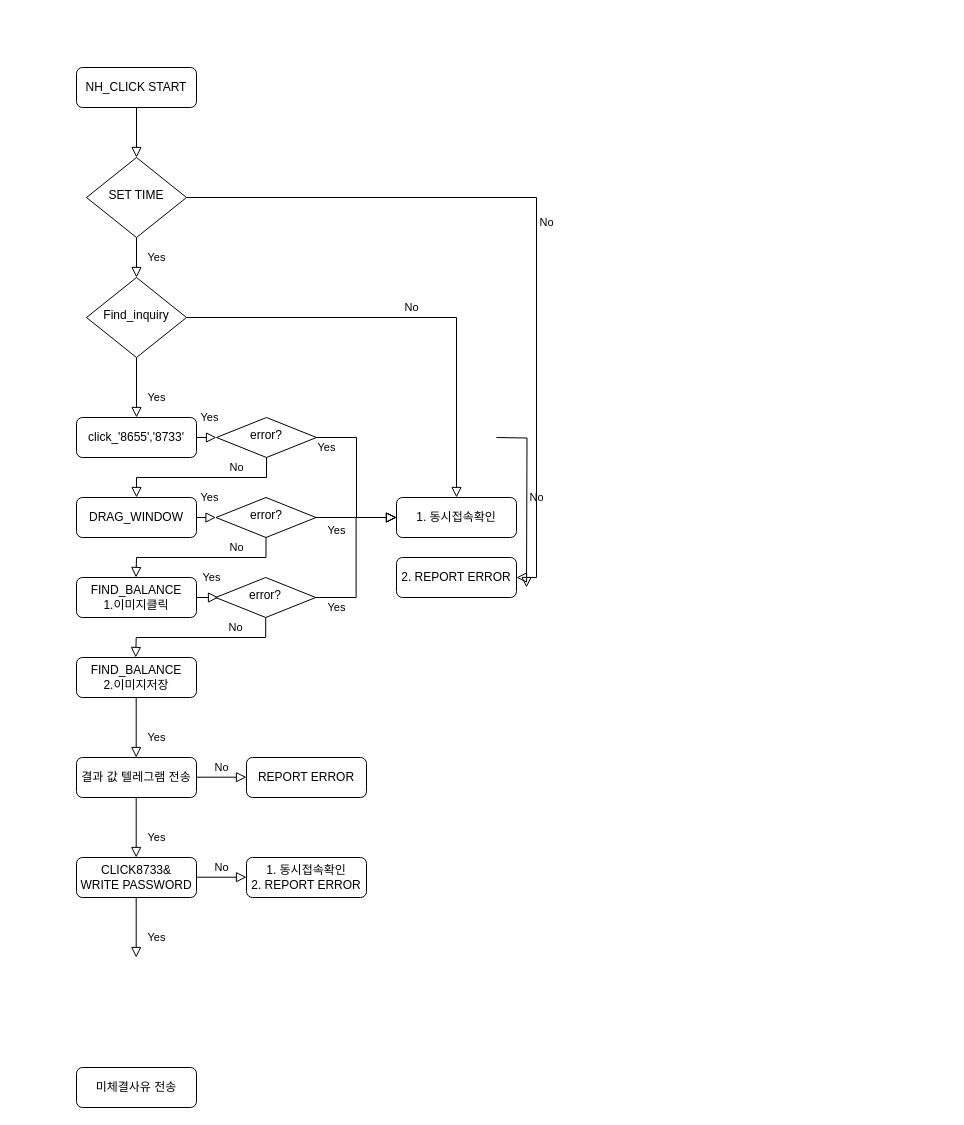
Above: 제목 없는 다이어그램.drawio in soun97/s_texst (draw.io), before the change. Source tidied: cells renumbered, new cells numbered last; positions are measured from the earlier drawing's top-left corner, leaving out a move shared by most shapes. Both pictures are drawn from the tidied source at 100%, with x=0, y=0 at pixel (76, 67).
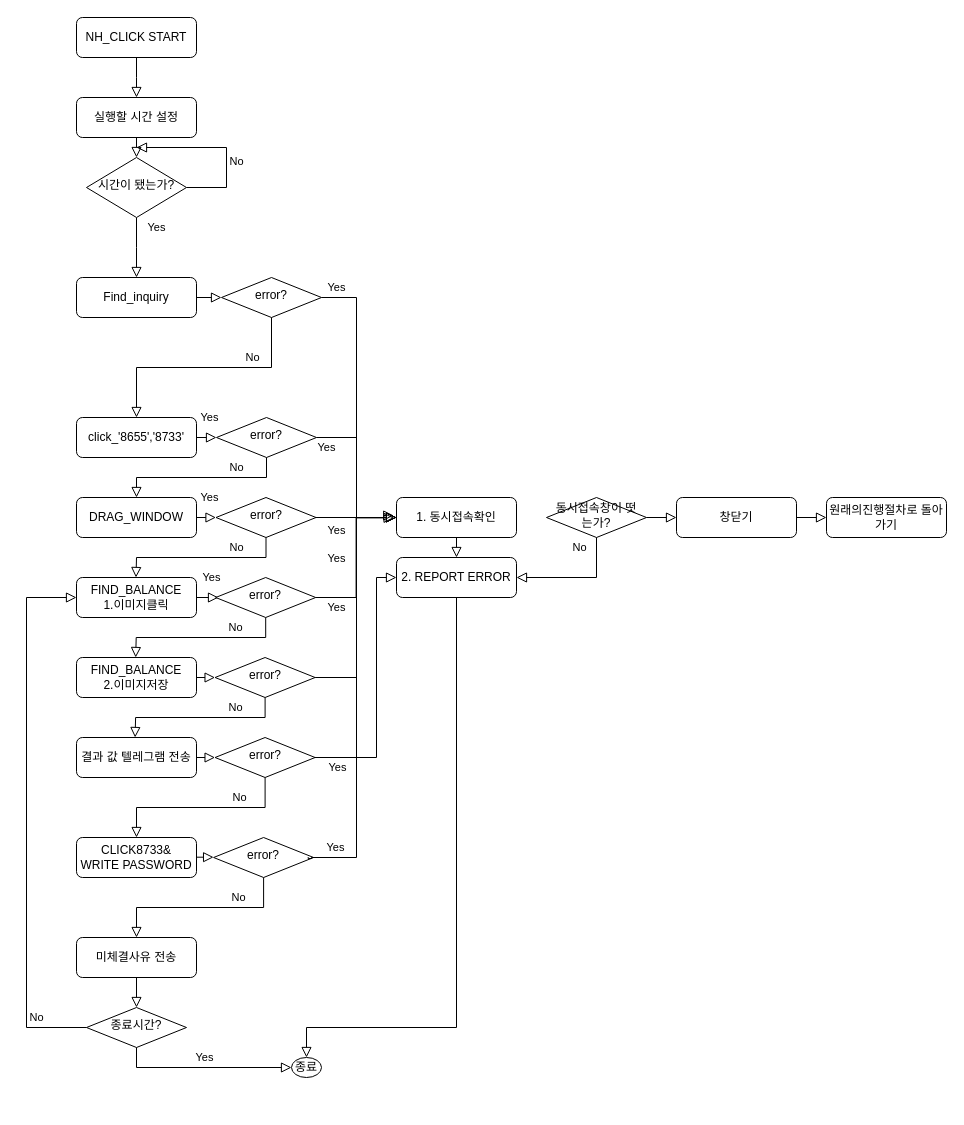
The same page after the edit.

Commit message (it also covers changes not shown here):
제목 없는 다이어그램.drawio 업데이트

The change refers to these unchanged cells:
```xml
<mxCell id="10" value="click_'8655','8733'" style="rounded=1;whiteSpace=wrap;html=1;fontSize=12;glass=0;strokeWidth=1;shadow=0;" parent="1" vertex="1">
  <mxGeometry y="350" width="120" height="40" as="geometry" />
</mxCell>
<mxCell id="13" value="1. 동시접속확인" style="rounded=1;whiteSpace=wrap;html=1;fontSize=12;glass=0;strokeWidth=1;shadow=0;" parent="1" vertex="1">
  <mxGeometry x="320" y="430" width="120" height="40" as="geometry" />
</mxCell>
<mxCell id="14" value="FIND_BALANCE&lt;div&gt;1.이미지클릭&lt;/div&gt;" style="rounded=1;whiteSpace=wrap;html=1;fontSize=12;glass=0;strokeWidth=1;shadow=0;" parent="1" vertex="1">
  <mxGeometry y="510" width="120" height="40" as="geometry" />
</mxCell>
<mxCell id="38" value="&lt;div&gt;2. REPORT ERROR&lt;/div&gt;" style="rounded=1;whiteSpace=wrap;html=1;fontSize=12;glass=0;strokeWidth=1;shadow=0;" parent="1" vertex="1">
  <mxGeometry x="320" y="490" width="120" height="40" as="geometry" />
</mxCell>
```

The edit, as a diff of the source:
```diff
@@
-    <mxCell id="2" style="rounded=0;html=1;jettySize=auto;fontSize=11;endArrow=block;endFill=0;endSize=8;strokeWidth=1;shadow=0;labelBackgroundColor=none;edgeStyle=orthogonalEdgeStyle;" parent="1" edge="1" source="3" target="6">
-      <mxGeometry relative="1" as="geometry" />
+    <mxCell id="2" style="rounded=0;html=1;jettySize=auto;fontSize=11;endArrow=block;endFill=0;endSize=8;strokeWidth=1;shadow=0;labelBackgroundColor=none;edgeStyle=orthogonalEdgeStyle;" parent="1" edge="1" source="3">
+      <mxGeometry relative="1" as="geometry">
+        <mxPoint x="60" y="30" as="targetPoint" />
+      </mxGeometry>
     </mxCell>
     <mxCell id="3" value="NH_CLICK START" style="rounded=1;whiteSpace=wrap;html=1;fontSize=12;glass=0;strokeWidth=1;shadow=0;" parent="1" vertex="1">
-      <mxGeometry width="120" height="40" as="geometry" />
+      <mxGeometry y="-50" width="120" height="40" as="geometry" />
     </mxCell>
-    <mxCell id="4" value="Yes" style="rounded=0;html=1;jettySize=auto;fontSize=11;endArrow=block;endFill=0;endSize=8;strokeWidth=1;shadow=0;labelBackgroundColor=none;edgeStyle=orthogonalEdgeStyle;" parent="1" edge="1" source="6" target="9">
-      <mxGeometry y="20" relative="1" as="geometry" />
+    <mxCell id="4" value="Yes" style="rounded=0;html=1;jettySize=auto;fontSize=11;endArrow=block;endFill=0;endSize=8;strokeWidth=1;shadow=0;labelBackgroundColor=none;edgeStyle=orthogonalEdgeStyle;" parent="1" edge="1" source="6">
+      <mxGeometry x="-0.67" y="20" relative="1" as="geometry">
+        <mxPoint x="60" y="210" as="targetPoint" />
+      </mxGeometry>
     </mxCell>
-    <mxCell id="5" value="No" style="edgeStyle=orthogonalEdgeStyle;rounded=0;html=1;jettySize=auto;fontSize=11;endArrow=block;endFill=0;endSize=8;strokeWidth=1;shadow=0;labelBackgroundColor=none;entryX=1;entryY=0.5;entryDx=0;entryDy=0;" parent="1" edge="1" source="6" target="38">
-      <mxGeometry y="10" relative="1" as="geometry" />
+    <mxCell id="5" value="No" style="edgeStyle=orthogonalEdgeStyle;rounded=0;html=1;jettySize=auto;fontSize=11;endArrow=block;endFill=0;endSize=8;strokeWidth=1;shadow=0;labelBackgroundColor=none;exitX=1;exitY=0.5;exitDx=0;exitDy=0;" parent="1" edge="1" source="6">
+      <mxGeometry x="-0.22" y="-10" relative="1" as="geometry">
+        <mxPoint x="60" y="80" as="targetPoint" />
+        <Array as="points">
+          <mxPoint x="150" y="120" />
+          <mxPoint x="150" y="80" />
+        </Array>
+      </mxGeometry>
     </mxCell>
-    <mxCell id="6" value="SET TIME" style="rhombus;whiteSpace=wrap;html=1;shadow=0;fontFamily=Helvetica;fontSize=12;align=center;strokeWidth=1;spacing=6;spacingTop=-4;" parent="1" vertex="1">
-      <mxGeometry x="10" y="90" width="100" height="80" as="geometry" />
+    <mxCell id="6" value="시간이 됐는가?" style="rhombus;whiteSpace=wrap;html=1;shadow=0;fontFamily=Helvetica;fontSize=12;align=center;strokeWidth=1;spacing=6;spacingTop=-4;" parent="1" vertex="1">
+      <mxGeometry x="10" y="90" width="100" height="60" as="geometry" />
     </mxCell>
-    <mxCell id="7" value="Yes" style="rounded=0;html=1;jettySize=auto;fontSize=11;endArrow=block;endFill=0;endSize=8;strokeWidth=1;shadow=0;labelBackgroundColor=none;edgeStyle=orthogonalEdgeStyle;" parent="1" edge="1" source="9" target="10">
-      <mxGeometry x="0.33" y="20" relative="1" as="geometry" />
-    </mxCell>
-    <mxCell id="8" value="No" style="edgeStyle=orthogonalEdgeStyle;rounded=0;html=1;jettySize=auto;fontSize=11;endArrow=block;endFill=0;endSize=8;strokeWidth=1;shadow=0;labelBackgroundColor=none;" parent="1" edge="1" source="9" target="13">
-      <mxGeometry y="10" relative="1" as="geometry" />
-    </mxCell>
-    <mxCell id="9" value="Find_inquiry" style="rhombus;whiteSpace=wrap;html=1;shadow=0;fontFamily=Helvetica;fontSize=12;align=center;strokeWidth=1;spacing=6;spacingTop=-4;" parent="1" vertex="1">
-      <mxGeometry x="10" y="210" width="100" height="80" as="geometry" />
-    </mxCell>
@@
-    <mxCell id="18" value="Yes" style="rounded=0;html=1;jettySize=auto;orthogonalLoop=1;fontSize=11;endArrow=block;endFill=0;endSize=8;strokeWidth=1;shadow=0;labelBackgroundColor=none;edgeStyle=orthogonalEdgeStyle;" parent="1" edge="1">
+    <mxCell id="18" style="rounded=0;html=1;jettySize=auto;fontSize=11;endArrow=block;endFill=0;endSize=8;strokeWidth=1;shadow=0;labelBackgroundColor=none;edgeStyle=orthogonalEdgeStyle;entryX=0;entryY=0.5;entryDx=0;entryDy=0;" parent="1" edge="1" target="43">
       <mxGeometry x="0.33" y="20" relative="1" as="geometry">
-        <mxPoint x="59.7" y="630" as="sourcePoint" />
-        <mxPoint x="59.7" y="690" as="targetPoint" />
+        <mxPoint x="120" y="610" as="sourcePoint" />
       </mxGeometry>
     </mxCell>
     <mxCell id="19" value="결과 값 텔레그램 전송" style="rounded=1;whiteSpace=wrap;html=1;fontSize=12;glass=0;strokeWidth=1;shadow=0;" parent="1" vertex="1">
-      <mxGeometry y="690" width="120" height="40" as="geometry" />
+      <mxGeometry y="670" width="120" height="40" as="geometry" />
     </mxCell>
-    <mxCell id="20" value="REPORT ERROR" style="rounded=1;whiteSpace=wrap;html=1;fontSize=12;glass=0;strokeWidth=1;shadow=0;" parent="1" vertex="1">
-      <mxGeometry x="170" y="690" width="120" height="40" as="geometry" />
-    </mxCell>
-    <mxCell id="21" value="No" style="edgeStyle=orthogonalEdgeStyle;rounded=0;html=1;jettySize=auto;orthogonalLoop=1;fontSize=11;endArrow=block;endFill=0;endSize=8;strokeWidth=1;shadow=0;labelBackgroundColor=none;" parent="1" edge="1">
-      <mxGeometry y="10" relative="1" as="geometry">
-        <mxPoint x="120" y="709.7" as="sourcePoint" />
-        <mxPoint x="170" y="709.7" as="targetPoint" />
+    <mxCell id="21" value="Yes" style="edgeStyle=orthogonalEdgeStyle;rounded=0;html=1;jettySize=auto;fontSize=11;endArrow=block;endFill=0;endSize=8;strokeWidth=1;shadow=0;labelBackgroundColor=none;entryX=0;entryY=0.5;entryDx=0;entryDy=0;exitX=0.946;exitY=0.49;exitDx=0;exitDy=0;exitPerimeter=0;" parent="1" edge="1" source="52" target="38">
+      <mxGeometry x="-0.78" y="-10" relative="1" as="geometry">
+        <Array as="points">
+          <mxPoint x="233" y="691" />
+          <mxPoint x="236" y="691" />
+          <mxPoint x="236" y="690" />
+          <mxPoint x="300" y="690" />
+          <mxPoint x="300" y="510" />
+        </Array>
       </mxGeometry>
     </mxCell>
-    <mxCell id="22" value="Yes" style="rounded=0;html=1;jettySize=auto;orthogonalLoop=1;fontSize=11;endArrow=block;endFill=0;endSize=8;strokeWidth=1;shadow=0;labelBackgroundColor=none;edgeStyle=orthogonalEdgeStyle;" parent="1" edge="1">
+    <mxCell id="22" style="rounded=0;html=1;jettySize=auto;fontSize=11;endArrow=block;endFill=0;endSize=8;strokeWidth=1;shadow=0;labelBackgroundColor=none;edgeStyle=orthogonalEdgeStyle;entryX=0;entryY=0.5;entryDx=0;entryDy=0;" parent="1" edge="1" target="52">
       <mxGeometry x="0.33" y="20" relative="1" as="geometry">
-        <mxPoint x="59.7" y="730" as="sourcePoint" />
-        <mxPoint x="59.7" y="790" as="targetPoint" />
+        <mxPoint x="120" y="690" as="sourcePoint" />
       </mxGeometry>
     </mxCell>
     <mxCell id="23" value="CLICK8733&amp;amp;&lt;div&gt;WRITE PASSWORD&lt;/div&gt;" style="rounded=1;whiteSpace=wrap;html=1;fontSize=12;glass=0;strokeWidth=1;shadow=0;" parent="1" vertex="1">
-      <mxGeometry y="790" width="120" height="40" as="geometry" />
+      <mxGeometry y="770" width="120" height="40" as="geometry" />
     </mxCell>
-    <mxCell id="24" value="No" style="edgeStyle=orthogonalEdgeStyle;rounded=0;html=1;jettySize=auto;orthogonalLoop=1;fontSize=11;endArrow=block;endFill=0;endSize=8;strokeWidth=1;shadow=0;labelBackgroundColor=none;" parent="1" edge="1">
+    <mxCell id="24" style="edgeStyle=orthogonalEdgeStyle;rounded=0;html=1;jettySize=auto;fontSize=11;endArrow=block;endFill=0;endSize=8;strokeWidth=1;shadow=0;labelBackgroundColor=none;entryX=0;entryY=0.5;entryDx=0;entryDy=0;" parent="1" edge="1" target="54">
       <mxGeometry y="10" relative="1" as="geometry">
-        <mxPoint x="120" y="809.7" as="sourcePoint" />
-        <mxPoint x="170" y="809.7" as="targetPoint" />
+        <mxPoint x="120" y="789.7" as="sourcePoint" />
       </mxGeometry>
     </mxCell>
-    <mxCell id="25" value="1. 동시접속확인&lt;div&gt;2. REPORT ERROR&lt;/div&gt;" style="rounded=1;whiteSpace=wrap;html=1;fontSize=12;glass=0;strokeWidth=1;shadow=0;" parent="1" vertex="1">
-      <mxGeometry x="170" y="790" width="120" height="40" as="geometry" />
-    </mxCell>
-    <mxCell id="26" value="Yes" style="rounded=0;html=1;jettySize=auto;orthogonalLoop=1;fontSize=11;endArrow=block;endFill=0;endSize=8;strokeWidth=1;shadow=0;labelBackgroundColor=none;edgeStyle=orthogonalEdgeStyle;" parent="1" edge="1">
-      <mxGeometry x="0.33" y="20" relative="1" as="geometry">
-        <mxPoint x="59.7" y="830" as="sourcePoint" />
-        <mxPoint x="59.7" y="890" as="targetPoint" />
-      </mxGeometry>
-    </mxCell>
     <mxCell id="27" value="미체결사유 전송" style="rounded=1;whiteSpace=wrap;html=1;fontSize=12;glass=0;strokeWidth=1;shadow=0;" parent="1" vertex="1">
-      <mxGeometry y="1000" width="120" height="40" as="geometry" />
+      <mxGeometry y="870" width="120" height="40" as="geometry" />
     </mxCell>
@@
-    <mxCell id="39" value="No" style="edgeStyle=orthogonalEdgeStyle;rounded=0;html=1;jettySize=auto;orthogonalLoop=1;fontSize=11;endArrow=block;endFill=0;endSize=8;strokeWidth=1;shadow=0;labelBackgroundColor=none;entryX=1;entryY=0.5;entryDx=0;entryDy=0;" parent="1" edge="1">
-      <mxGeometry y="10" relative="1" as="geometry">
-        <mxPoint x="420" y="370" as="sourcePoint" />
-        <mxPoint x="450" y="520" as="targetPoint" />
-      </mxGeometry>
+    <mxCell id="39" style="edgeStyle=orthogonalEdgeStyle;rounded=0;html=1;jettySize=auto;fontSize=11;endArrow=block;endFill=0;endSize=8;strokeWidth=1;shadow=0;labelBackgroundColor=none;entryX=0.5;entryY=0;entryDx=0;entryDy=0;exitX=0.5;exitY=1;exitDx=0;exitDy=0;" parent="1" edge="1" source="13" target="38">
+      <mxGeometry x="-0.05" y="-30" relative="1" as="geometry" />
     </mxCell>
+    <mxCell id="40" value="종료" style="ellipse;whiteSpace=wrap;html=1;" parent="1" vertex="1">
+      <mxGeometry x="215" y="990" width="30" height="20" as="geometry" />
+    </mxCell>
+    <mxCell id="41" style="edgeStyle=orthogonalEdgeStyle;rounded=0;html=1;jettySize=auto;fontSize=11;endArrow=block;endFill=0;endSize=8;strokeWidth=1;shadow=0;labelBackgroundColor=none;exitX=0.5;exitY=1;exitDx=0;exitDy=0;entryX=0.5;entryY=0;entryDx=0;entryDy=0;" parent="1" edge="1" source="27" target="57">
+      <mxGeometry y="10" relative="1" as="geometry">
+        <Array as="points">
+          <mxPoint x="60" y="940" />
+          <mxPoint x="60" y="940" />
+        </Array>
+      </mxGeometry>
+    </mxCell>
+    <mxCell id="42" style="edgeStyle=orthogonalEdgeStyle;rounded=0;html=1;jettySize=auto;fontSize=11;endArrow=block;endFill=0;endSize=8;strokeWidth=1;shadow=0;labelBackgroundColor=none;exitX=0.5;exitY=1;exitDx=0;exitDy=0;" parent="1" edge="1" source="38">
+      <mxGeometry y="10" relative="1" as="geometry">
+        <mxPoint x="230" y="990" as="targetPoint" />
+        <Array as="points">
+          <mxPoint x="380" y="960" />
+          <mxPoint x="230" y="960" />
+        </Array>
+      </mxGeometry>
+    </mxCell>
+    <mxCell id="43" value="error?" style="rhombus;whiteSpace=wrap;html=1;shadow=0;fontFamily=Helvetica;fontSize=12;align=center;strokeWidth=1;spacing=6;spacingTop=-4;" parent="1" vertex="1">
+      <mxGeometry x="138.6" y="590" width="100" height="40" as="geometry" />
+    </mxCell>
+    <mxCell id="44" value="Yes" style="rounded=0;html=1;jettySize=auto;fontSize=11;endArrow=block;endFill=0;endSize=8;strokeWidth=1;shadow=0;labelBackgroundColor=none;edgeStyle=orthogonalEdgeStyle;exitX=1;exitY=0.5;exitDx=0;exitDy=0;entryX=-0.023;entryY=0.45;entryDx=0;entryDy=0;entryPerimeter=0;" parent="1" edge="1" source="43" target="13">
+      <mxGeometry x="0.33" y="20" relative="1" as="geometry">
+        <Array as="points">
+          <mxPoint x="280" y="610" />
+          <mxPoint x="280" y="450" />
+          <mxPoint x="310" y="450" />
+          <mxPoint x="310" y="448" />
+        </Array>
+      </mxGeometry>
+    </mxCell>
+    <mxCell id="45" value="No" style="rounded=0;html=1;jettySize=auto;fontSize=11;endArrow=block;endFill=0;endSize=8;strokeWidth=1;shadow=0;labelBackgroundColor=none;edgeStyle=orthogonalEdgeStyle;exitX=0.5;exitY=1;exitDx=0;exitDy=0;entryX=0.5;entryY=0;entryDx=0;entryDy=0;" parent="1" edge="1" source="43">
+      <mxGeometry x="-0.41" y="-10" relative="1" as="geometry">
+        <mxPoint x="58.6" y="670" as="targetPoint" />
+      </mxGeometry>
+    </mxCell>
+    <mxCell id="46" value="실행할 시간 설정" style="rounded=1;whiteSpace=wrap;html=1;fontSize=12;glass=0;strokeWidth=1;shadow=0;" parent="1" vertex="1">
+      <mxGeometry y="30" width="120" height="40" as="geometry" />
+    </mxCell>
+    <mxCell id="47" style="rounded=0;html=1;jettySize=auto;fontSize=11;endArrow=block;endFill=0;endSize=8;strokeWidth=1;shadow=0;labelBackgroundColor=none;edgeStyle=orthogonalEdgeStyle;exitX=0.5;exitY=1;exitDx=0;exitDy=0;entryX=0.5;entryY=0;entryDx=0;entryDy=0;" parent="1" edge="1" source="46" target="6">
+      <mxGeometry relative="1" as="geometry" />
+    </mxCell>
+    <mxCell id="48" value="error?" style="rhombus;whiteSpace=wrap;html=1;shadow=0;fontFamily=Helvetica;fontSize=12;align=center;strokeWidth=1;spacing=6;spacingTop=-4;" parent="1" vertex="1">
+      <mxGeometry x="145" y="210" width="100" height="40" as="geometry" />
+    </mxCell>
+    <mxCell id="49" value="Yes" style="rounded=0;html=1;jettySize=auto;fontSize=11;endArrow=block;endFill=0;endSize=8;strokeWidth=1;shadow=0;labelBackgroundColor=none;edgeStyle=orthogonalEdgeStyle;exitX=1;exitY=0.5;exitDx=0;exitDy=0;entryX=-0.02;entryY=0.51;entryDx=0;entryDy=0;entryPerimeter=0;" parent="1" edge="1" source="48" target="13">
+      <mxGeometry x="-0.9" y="10" relative="1" as="geometry">
+        <Array as="points">
+          <mxPoint x="280" y="230" />
+          <mxPoint x="280" y="450" />
+        </Array>
+      </mxGeometry>
+    </mxCell>
+    <mxCell id="50" value="No" style="rounded=0;html=1;jettySize=auto;fontSize=11;endArrow=block;endFill=0;endSize=8;strokeWidth=1;shadow=0;labelBackgroundColor=none;edgeStyle=orthogonalEdgeStyle;exitX=0.5;exitY=1;exitDx=0;exitDy=0;entryX=0.5;entryY=0;entryDx=0;entryDy=0;" parent="1" edge="1" source="48" target="10">
+      <mxGeometry x="-0.41" y="-10" relative="1" as="geometry" />
+    </mxCell>
+    <mxCell id="51" style="rounded=0;html=1;jettySize=auto;fontSize=11;endArrow=block;endFill=0;endSize=8;strokeWidth=1;shadow=0;labelBackgroundColor=none;edgeStyle=orthogonalEdgeStyle;entryX=0;entryY=0.5;entryDx=0;entryDy=0;exitX=1;exitY=0.5;exitDx=0;exitDy=0;" parent="1" edge="1" source="9" target="48">
+      <mxGeometry x="0.33" y="20" relative="1" as="geometry" />
+    </mxCell>
+    <mxCell id="9" value="Find_inquiry" style="rounded=1;whiteSpace=wrap;html=1;fontSize=12;glass=0;strokeWidth=1;shadow=0;" parent="1" vertex="1">
+      <mxGeometry y="210" width="120" height="40" as="geometry" />
+    </mxCell>
+    <mxCell id="52" value="error?" style="rhombus;whiteSpace=wrap;html=1;shadow=0;fontFamily=Helvetica;fontSize=12;align=center;strokeWidth=1;spacing=6;spacingTop=-4;" parent="1" vertex="1">
+      <mxGeometry x="138.6" y="670" width="100" height="40" as="geometry" />
+    </mxCell>
+    <mxCell id="53" value="No" style="rounded=0;html=1;jettySize=auto;fontSize=11;endArrow=block;endFill=0;endSize=8;strokeWidth=1;shadow=0;labelBackgroundColor=none;edgeStyle=orthogonalEdgeStyle;exitX=0.5;exitY=1;exitDx=0;exitDy=0;entryX=0.5;entryY=0;entryDx=0;entryDy=0;" parent="1" edge="1" source="52" target="23">
+      <mxGeometry x="-0.41" y="-10" relative="1" as="geometry" />
+    </mxCell>
+    <mxCell id="54" value="error?" style="rhombus;whiteSpace=wrap;html=1;shadow=0;fontFamily=Helvetica;fontSize=12;align=center;strokeWidth=1;spacing=6;spacingTop=-4;" parent="1" vertex="1">
+      <mxGeometry x="137.1" y="770" width="100" height="40" as="geometry" />
+    </mxCell>
+    <mxCell id="55" value="Yes" style="edgeStyle=orthogonalEdgeStyle;rounded=0;html=1;jettySize=auto;fontSize=11;endArrow=block;endFill=0;endSize=8;strokeWidth=1;shadow=0;labelBackgroundColor=none;entryX=0;entryY=0.5;entryDx=0;entryDy=0;exitX=0.946;exitY=0.49;exitDx=0;exitDy=0;exitPerimeter=0;" parent="1" edge="1" source="54" target="13">
+      <mxGeometry x="-0.86" y="10" relative="1" as="geometry">
+        <Array as="points">
+          <mxPoint x="232" y="791" />
+          <mxPoint x="235" y="791" />
+          <mxPoint x="235" y="790" />
+          <mxPoint x="280" y="790" />
+          <mxPoint x="280" y="450" />
+        </Array>
+      </mxGeometry>
+    </mxCell>
+    <mxCell id="56" value="No" style="rounded=0;html=1;jettySize=auto;fontSize=11;endArrow=block;endFill=0;endSize=8;strokeWidth=1;shadow=0;labelBackgroundColor=none;edgeStyle=orthogonalEdgeStyle;exitX=0.5;exitY=1;exitDx=0;exitDy=0;entryX=0.5;entryY=0;entryDx=0;entryDy=0;" parent="1" edge="1" source="54" target="27">
+      <mxGeometry x="-0.41" y="-10" relative="1" as="geometry" />
+    </mxCell>
+    <mxCell id="57" value="종료시간?" style="rhombus;whiteSpace=wrap;html=1;shadow=0;fontFamily=Helvetica;fontSize=12;align=center;strokeWidth=1;spacing=6;spacingTop=-4;" parent="1" vertex="1">
+      <mxGeometry x="10" y="940" width="100" height="40" as="geometry" />
+    </mxCell>
+    <mxCell id="58" value="Yes" style="edgeStyle=orthogonalEdgeStyle;rounded=0;html=1;jettySize=auto;fontSize=11;endArrow=block;endFill=0;endSize=8;strokeWidth=1;shadow=0;labelBackgroundColor=none;exitX=0.5;exitY=1;exitDx=0;exitDy=0;entryX=0;entryY=0.5;entryDx=0;entryDy=0;" parent="1" edge="1" source="57" target="40">
+      <mxGeometry y="10" relative="1" as="geometry">
+        <Array as="points">
+          <mxPoint x="60" y="1000" />
+        </Array>
+      </mxGeometry>
+    </mxCell>
+    <mxCell id="59" value="No" style="edgeStyle=orthogonalEdgeStyle;rounded=0;html=1;jettySize=auto;fontSize=11;endArrow=block;endFill=0;endSize=8;strokeWidth=1;shadow=0;labelBackgroundColor=none;exitX=0;exitY=0.5;exitDx=0;exitDy=0;entryX=0;entryY=0.5;entryDx=0;entryDy=0;" parent="1" edge="1" source="57" target="14">
+      <mxGeometry x="-0.74" y="-10" relative="1" as="geometry">
+        <Array as="points">
+          <mxPoint x="-50" y="960" />
+          <mxPoint x="-50" y="530" />
+        </Array>
+      </mxGeometry>
+    </mxCell>
+    <mxCell id="60" value="동시접속창이 떳는가?" style="rhombus;whiteSpace=wrap;html=1;shadow=0;fontFamily=Helvetica;fontSize=12;align=center;strokeWidth=1;spacing=6;spacingTop=-4;" parent="1" vertex="1">
+      <mxGeometry x="470" y="430" width="100" height="40" as="geometry" />
+    </mxCell>
+    <mxCell id="61" value="창닫기" style="rounded=1;whiteSpace=wrap;html=1;fontSize=12;glass=0;strokeWidth=1;shadow=0;" parent="1" vertex="1">
+      <mxGeometry x="600" y="430" width="120" height="40" as="geometry" />
+    </mxCell>
+    <mxCell id="62" value="원래의진행절차로 돌아가기" style="rounded=1;whiteSpace=wrap;html=1;fontSize=12;glass=0;strokeWidth=1;shadow=0;" parent="1" vertex="1">
+      <mxGeometry x="750" y="430" width="120" height="40" as="geometry" />
+    </mxCell>
+    <mxCell id="63" value="No" style="edgeStyle=orthogonalEdgeStyle;rounded=0;html=1;jettySize=auto;fontSize=11;endArrow=block;endFill=0;endSize=8;strokeWidth=1;shadow=0;labelBackgroundColor=none;entryX=1;entryY=0.5;entryDx=0;entryDy=0;exitX=0.5;exitY=1;exitDx=0;exitDy=0;" parent="1" edge="1" source="60" target="38">
+      <mxGeometry x="-0.05" y="-30" relative="1" as="geometry" />
+    </mxCell>
+    <mxCell id="64" style="edgeStyle=orthogonalEdgeStyle;rounded=0;html=1;jettySize=auto;fontSize=11;endArrow=block;endFill=0;endSize=8;strokeWidth=1;shadow=0;labelBackgroundColor=none;entryX=0;entryY=0.5;entryDx=0;entryDy=0;exitX=1;exitY=0.5;exitDx=0;exitDy=0;" parent="1" edge="1" source="60" target="61">
+      <mxGeometry x="-0.05" y="-30" relative="1" as="geometry" />
+    </mxCell>
+    <mxCell id="65" style="edgeStyle=orthogonalEdgeStyle;rounded=0;html=1;jettySize=auto;fontSize=11;endArrow=block;endFill=0;endSize=8;strokeWidth=1;shadow=0;labelBackgroundColor=none;entryX=0;entryY=0.5;entryDx=0;entryDy=0;exitX=1;exitY=0.5;exitDx=0;exitDy=0;" parent="1" edge="1" source="61" target="62">
+      <mxGeometry x="-0.05" y="-30" relative="1" as="geometry" />
+    </mxCell>
```
